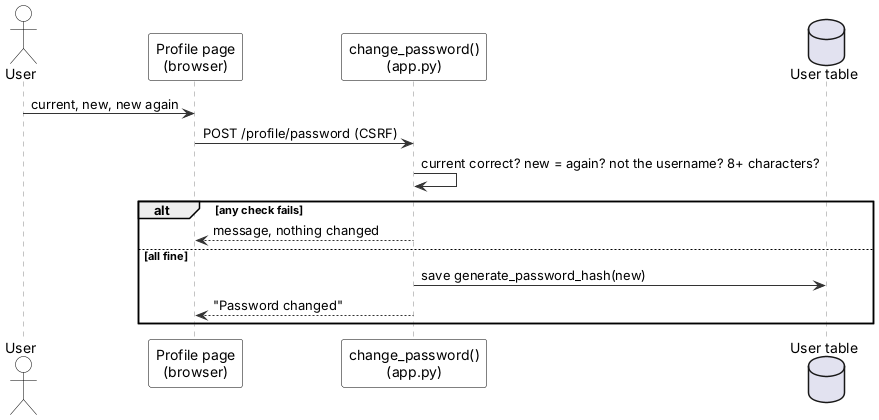
The PlantUML diagram diagrams/uml/17_seq_change_password.png in JmlAsync/inventory-pos-system, before a commit. The source it was exported from:
```plantuml
@startuml
skinparam defaultFontName Arial
skinparam shadowing false
skinparam ArrowColor #333333
skinparam rectangle {
  BackgroundColor White
  BorderColor Black
}
skinparam usecase {
  BackgroundColor White
  BorderColor Black
}
skinparam class {
  BackgroundColor White
  BorderColor Black
  HeaderBackgroundColor #E6F1EE
}
skinparam activity {
  BackgroundColor White
  BorderColor Black
}
skinparam state {
  BackgroundColor White
  BorderColor Black
}
skinparam sequence {
  ParticipantBackgroundColor White
  ParticipantBorderColor Black
  LifeLineBorderColor #888888
  ActorBorderColor Black
  ActorBackgroundColor White
}
skinparam note {
  BackgroundColor #FFFBEA
  BorderColor #C9B458
}
skinparam swimlaneWidth same
hide circle

actor User
participant "Profile page\n(browser)" as UI
participant "change_password()\n(app.py)" as C
database "User table" as DB
User -> UI : current, new, new again
UI -> C : POST /profile/password (CSRF)
C -> C : current correct? new = again? not the username? 8+ characters?
alt any check fails
  C --> UI : message, nothing changed
else all fine
  C -> DB : save generate_password_hash(new)
  C --> UI : "Password changed"
end
@enduml
```
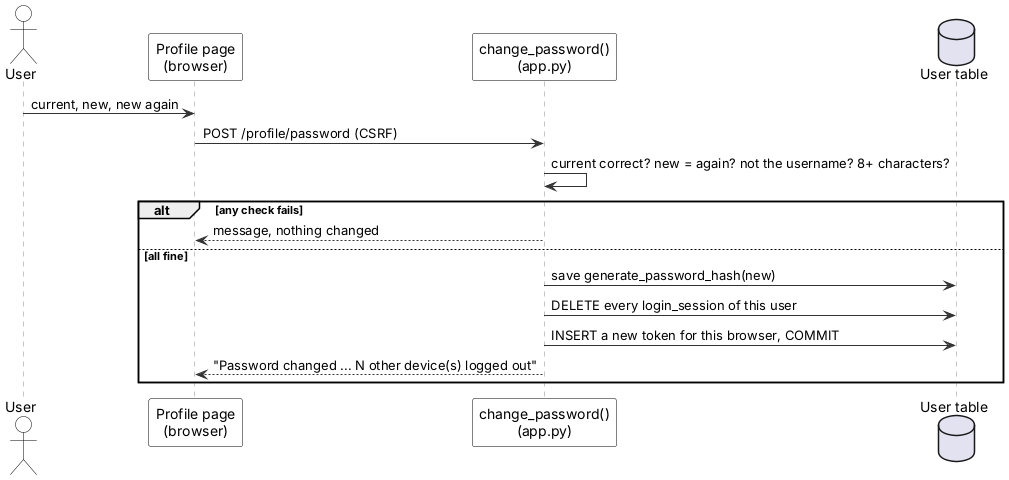
After the commit.

Diff of the diagram source:
```diff
@@ -48,6 +48,8 @@
   C --> UI : message, nothing changed
 else all fine
   C -> DB : save generate_password_hash(new)
-  C --> UI : "Password changed"
+  C -> DB : DELETE every login_session of this user
+  C -> DB : INSERT a new token for this browser, COMMIT
+  C --> UI : "Password changed ... N other device(s) logged out"
 end
 @enduml
```
